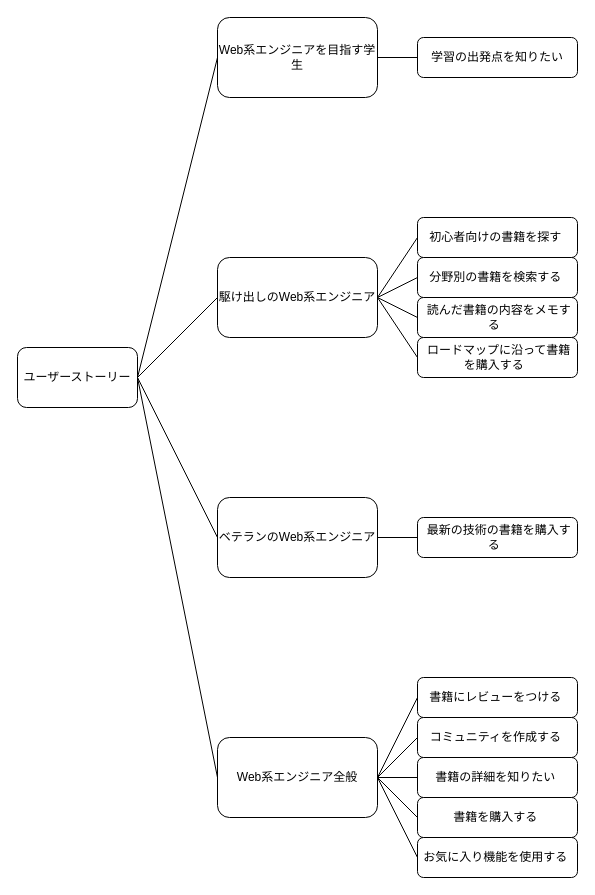
The draw.io diagram page "As Client(jp)" (2 of 4) of documents/user-story.drawio in lnoueryo/shopping, before the edit. Source tidied: cells renumbered, new cells numbered last; positions are measured from the earlier drawing's top-left corner, leaving out a move shared by most shapes. Both pictures are drawn from the tidied source at 100%, with x=0, y=0 at pixel (17, 17).
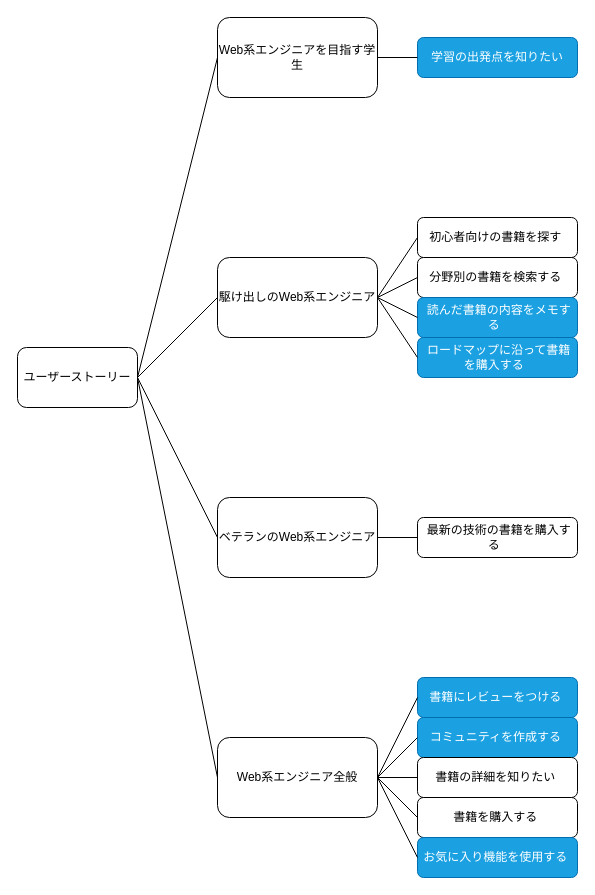
After the change.

Commit message:
Add user story for book store staff #1

- Facilitates task breakdown by visually organizing user stories for book store staff.

The edit, as a diff of the source:
```diff
@@
-    <mxCell id="11" value="学習の出発点を知りたい" style="rounded=1;whiteSpace=wrap;html=1;" parent="1" vertex="1">
+    <mxCell id="11" value="学習の出発点を知りたい" style="rounded=1;whiteSpace=wrap;html=1;fillColor=#1ba1e2;fontColor=#ffffff;strokeColor=#006EAF;" parent="1" vertex="1">
       <mxGeometry x="400" y="20" width="160" height="40" as="geometry" />
     </mxCell>
@@
-    <mxCell id="15" value="&amp;nbsp;読んだ書籍の内容をメモする&amp;nbsp;&amp;nbsp;" style="rounded=1;whiteSpace=wrap;html=1;" parent="1" vertex="1">
+    <mxCell id="15" value="&amp;nbsp;読んだ書籍の内容をメモする&amp;nbsp;&amp;nbsp;" style="rounded=1;whiteSpace=wrap;html=1;fillColor=#1ba1e2;strokeColor=#006EAF;fontColor=#ffffff;" parent="1" vertex="1">
       <mxGeometry x="400" y="280" width="160" height="40" as="geometry" />
     </mxCell>
-    <mxCell id="16" value="&amp;nbsp;ロードマップに沿って書籍を購入する&amp;nbsp;&amp;nbsp;" style="rounded=1;whiteSpace=wrap;html=1;" parent="1" vertex="1">
+    <mxCell id="16" value="&amp;nbsp;ロードマップに沿って書籍を購入する&amp;nbsp;&amp;nbsp;" style="rounded=1;whiteSpace=wrap;html=1;fillColor=#1ba1e2;fontColor=#ffffff;strokeColor=#006EAF;" parent="1" vertex="1">
       <mxGeometry x="400" y="320" width="160" height="40" as="geometry" />
     </mxCell>
@@
-    <mxCell id="23" value="&amp;nbsp;書籍にレビューをつける&amp;nbsp;&amp;nbsp;" style="rounded=1;whiteSpace=wrap;html=1;" parent="1" vertex="1">
+    <mxCell id="23" value="&amp;nbsp;書籍にレビューをつける&amp;nbsp;&amp;nbsp;" style="rounded=1;whiteSpace=wrap;html=1;fillColor=#1ba1e2;fontColor=#ffffff;strokeColor=#006EAF;" parent="1" vertex="1">
       <mxGeometry x="400" y="660" width="160" height="40" as="geometry" />
     </mxCell>
-    <mxCell id="24" value="&amp;nbsp;コミュニティを作成する&amp;nbsp;&amp;nbsp;" style="rounded=1;whiteSpace=wrap;html=1;" parent="1" vertex="1">
+    <mxCell id="24" value="&amp;nbsp;コミュニティを作成する&amp;nbsp;&amp;nbsp;" style="rounded=1;whiteSpace=wrap;html=1;fillColor=#1ba1e2;fontColor=#ffffff;strokeColor=#006EAF;" parent="1" vertex="1">
       <mxGeometry x="400" y="700" width="160" height="40" as="geometry" />
     </mxCell>
@@
-    <mxCell id="26" value="&amp;nbsp;お気に入り機能を使用する&amp;nbsp;&amp;nbsp;" style="rounded=1;whiteSpace=wrap;html=1;" parent="1" vertex="1">
+    <mxCell id="26" value="&amp;nbsp;お気に入り機能を使用する&amp;nbsp;&amp;nbsp;" style="rounded=1;whiteSpace=wrap;html=1;fillColor=#1ba1e2;fontColor=#ffffff;strokeColor=#006EAF;" parent="1" vertex="1">
       <mxGeometry x="400" y="820" width="160" height="40" as="geometry" />
     </mxCell>
```
